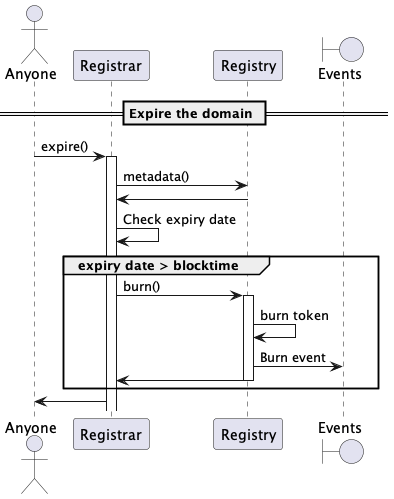
make-software/cspr-name-contracts keeps this PlantUML diagram as docs/sequence-diagrams/puml/expire-domain.png. Above is the earlier version. Its diagram source:
```plantuml
@startuml

actor "Anyone"
participant "Registrar"
participant "Registry"
boundary "Events"

== Expire the domain ==

"Anyone" -> "Registrar": expire()
activate Registrar
Registrar -> Registry: metadata()
Registry -> Registrar
Registrar -> Registrar: Check expiry date
group expiry date > blocktime
    Registrar -> Registry: burn()
    activate Registry
    Registry -> Registry: burn token
    Registry -> "Events": Burn event
    Registry -> Registrar
    deactivate Registry
end
Registrar -> "Anyone"

@enduml
```
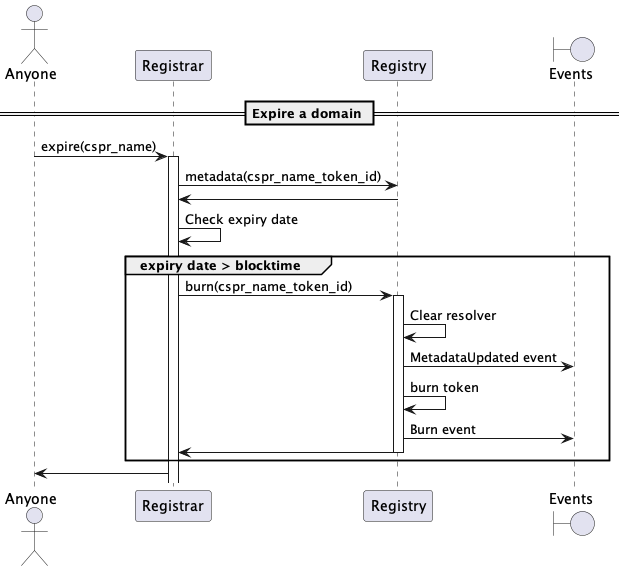
After the commit.

What changed in the source:
```diff
@@ -5,16 +5,18 @@
 participant "Registry"
 boundary "Events"
 
-== Expire the domain ==
+== Expire a domain ==
 
-"Anyone" -> "Registrar": expire()
+"Anyone" -> "Registrar": expire(cspr_name)
 activate Registrar
-Registrar -> Registry: metadata()
+Registrar -> Registry: metadata(cspr_name_token_id)
 Registry -> Registrar
 Registrar -> Registrar: Check expiry date
 group expiry date > blocktime
-    Registrar -> Registry: burn()
+    Registrar -> Registry: burn(cspr_name_token_id)
     activate Registry
+    Registry -> Registry: Clear resolver
+    Registry -> "Events": MetadataUpdated event
     Registry -> Registry: burn token
     Registry -> "Events": Burn event
     Registry -> Registrar
```
